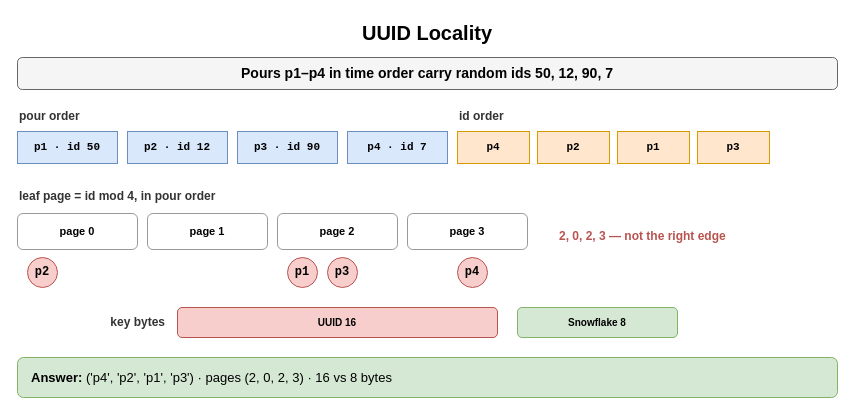
Before: page "UUID Locality" (2 of 8) of content/09_System_Design_Interview/19_Unique_ID_Generation/diagrams/unique-id-drills.drawio in amendez13/swe-study-guide, a draw.io diagram. Source tidied: cells renumbered, new cells numbered last; positions are measured from the earlier drawing's top-left corner, leaving out a move shared by most shapes. Both pictures are drawn from the tidied source at 100%, with x=0, y=0 at pixel (17, 17).
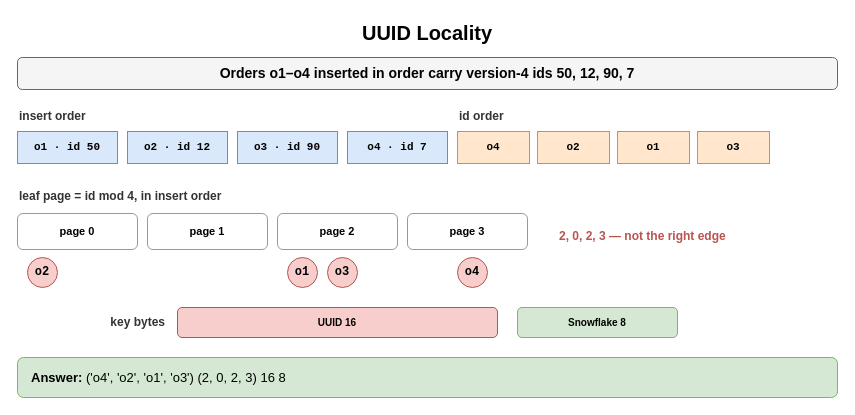
Above is the later version.

Change to the diagram source:
```diff
@@
-    <mxCell id="3" value="Pours p1–p4 in time order carry random ids 50, 12, 90, 7" style="rounded=1;whiteSpace=wrap;html=1;fillColor=#f5f5f5;strokeColor=#666666;fontStyle=1;fontSize=14;" parent="1" vertex="1">
+    <mxCell id="3" value="Orders o1–o4 inserted in order carry version-4 ids 50, 12, 90, 7" style="rounded=1;whiteSpace=wrap;html=1;fillColor=#f5f5f5;strokeColor=#666666;fontStyle=1;fontSize=14;" parent="1" vertex="1">
       <mxGeometry y="40" width="820" height="32" as="geometry" />
     </mxCell>
-    <mxCell id="4" value="pour order" style="text;html=1;whiteSpace=wrap;fontSize=11;align=left;verticalAlign=middle;fontSize=12;fontColor=#333333;fontStyle=1;" parent="1" vertex="1">
+    <mxCell id="4" value="insert order" style="text;html=1;whiteSpace=wrap;fontSize=11;align=left;verticalAlign=middle;fontSize=12;fontColor=#333333;fontStyle=1;" parent="1" vertex="1">
       <mxGeometry y="90" width="300" height="18" as="geometry" />
     </mxCell>
-    <mxCell id="5" value="p1 · id 50" style="rounded=0;whiteSpace=wrap;html=1;fontFamily=Courier New;fontStyle=1;fontSize=13;fillColor=#dae8fc;strokeColor=#6c8ebf;fontSize=11;" parent="1" vertex="1">
+    <mxCell id="5" value="o1 · id 50" style="rounded=0;whiteSpace=wrap;html=1;fontFamily=Courier New;fontStyle=1;fontSize=13;fillColor=#dae8fc;strokeColor=#6c8ebf;fontSize=11;" parent="1" vertex="1">
       <mxGeometry y="114" width="100" height="32" as="geometry" />
     </mxCell>
-    <mxCell id="6" value="p2 · id 12" style="rounded=0;whiteSpace=wrap;html=1;fontFamily=Courier New;fontStyle=1;fontSize=13;fillColor=#dae8fc;strokeColor=#6c8ebf;fontSize=11;" parent="1" vertex="1">
+    <mxCell id="6" value="o2 · id 12" style="rounded=0;whiteSpace=wrap;html=1;fontFamily=Courier New;fontStyle=1;fontSize=13;fillColor=#dae8fc;strokeColor=#6c8ebf;fontSize=11;" parent="1" vertex="1">
       <mxGeometry x="110" y="114" width="100" height="32" as="geometry" />
     </mxCell>
-    <mxCell id="7" value="p3 · id 90" style="rounded=0;whiteSpace=wrap;html=1;fontFamily=Courier New;fontStyle=1;fontSize=13;fillColor=#dae8fc;strokeColor=#6c8ebf;fontSize=11;" parent="1" vertex="1">
+    <mxCell id="7" value="o3 · id 90" style="rounded=0;whiteSpace=wrap;html=1;fontFamily=Courier New;fontStyle=1;fontSize=13;fillColor=#dae8fc;strokeColor=#6c8ebf;fontSize=11;" parent="1" vertex="1">
       <mxGeometry x="220" y="114" width="100" height="32" as="geometry" />
     </mxCell>
-    <mxCell id="8" value="p4 · id 7" style="rounded=0;whiteSpace=wrap;html=1;fontFamily=Courier New;fontStyle=1;fontSize=13;fillColor=#dae8fc;strokeColor=#6c8ebf;fontSize=11;" parent="1" vertex="1">
+    <mxCell id="8" value="o4 · id 7" style="rounded=0;whiteSpace=wrap;html=1;fontFamily=Courier New;fontStyle=1;fontSize=13;fillColor=#dae8fc;strokeColor=#6c8ebf;fontSize=11;" parent="1" vertex="1">
       <mxGeometry x="330" y="114" width="100" height="32" as="geometry" />
     </mxCell>
@@
-    <mxCell id="10" value="p4" style="rounded=0;whiteSpace=wrap;html=1;fontFamily=Courier New;fontStyle=1;fontSize=13;fillColor=#ffe6cc;strokeColor=#d79b00;fontSize=11;" parent="1" vertex="1">
+    <mxCell id="10" value="o4" style="rounded=0;whiteSpace=wrap;html=1;fontFamily=Courier New;fontStyle=1;fontSize=13;fillColor=#ffe6cc;strokeColor=#d79b00;fontSize=11;" parent="1" vertex="1">
       <mxGeometry x="440" y="114" width="72" height="32" as="geometry" />
     </mxCell>
-    <mxCell id="11" value="p2" style="rounded=0;whiteSpace=wrap;html=1;fontFamily=Courier New;fontStyle=1;fontSize=13;fillColor=#ffe6cc;strokeColor=#d79b00;fontSize=11;" parent="1" vertex="1">
+    <mxCell id="11" value="o2" style="rounded=0;whiteSpace=wrap;html=1;fontFamily=Courier New;fontStyle=1;fontSize=13;fillColor=#ffe6cc;strokeColor=#d79b00;fontSize=11;" parent="1" vertex="1">
       <mxGeometry x="520" y="114" width="72" height="32" as="geometry" />
     </mxCell>
-    <mxCell id="12" value="p1" style="rounded=0;whiteSpace=wrap;html=1;fontFamily=Courier New;fontStyle=1;fontSize=13;fillColor=#ffe6cc;strokeColor=#d79b00;fontSize=11;" parent="1" vertex="1">
+    <mxCell id="12" value="o1" style="rounded=0;whiteSpace=wrap;html=1;fontFamily=Courier New;fontStyle=1;fontSize=13;fillColor=#ffe6cc;strokeColor=#d79b00;fontSize=11;" parent="1" vertex="1">
       <mxGeometry x="600" y="114" width="72" height="32" as="geometry" />
     </mxCell>
-    <mxCell id="13" value="p3" style="rounded=0;whiteSpace=wrap;html=1;fontFamily=Courier New;fontStyle=1;fontSize=13;fillColor=#ffe6cc;strokeColor=#d79b00;fontSize=11;" parent="1" vertex="1">
+    <mxCell id="13" value="o3" style="rounded=0;whiteSpace=wrap;html=1;fontFamily=Courier New;fontStyle=1;fontSize=13;fillColor=#ffe6cc;strokeColor=#d79b00;fontSize=11;" parent="1" vertex="1">
       <mxGeometry x="680" y="114" width="72" height="32" as="geometry" />
     </mxCell>
-    <mxCell id="14" value="leaf page = id mod 4, in pour order" style="text;html=1;whiteSpace=wrap;fontSize=11;align=left;verticalAlign=middle;fontSize=12;fontColor=#333333;fontStyle=1;" parent="1" vertex="1">
+    <mxCell id="14" value="leaf page = id mod 4, in insert order" style="text;html=1;whiteSpace=wrap;fontSize=11;align=left;verticalAlign=middle;fontSize=12;fontColor=#333333;fontStyle=1;" parent="1" vertex="1">
       <mxGeometry y="170" width="400" height="18" as="geometry" />
     </mxCell>
@@
-    <mxCell id="19" value="p1" style="ellipse;whiteSpace=wrap;html=1;fontStyle=1;fontSize=12;fontFamily=Courier New;fillColor=#f8cecc;strokeColor=#b85450;" parent="1" vertex="1">
+    <mxCell id="19" value="o1" style="ellipse;whiteSpace=wrap;html=1;fontStyle=1;fontSize=12;fontFamily=Courier New;fillColor=#f8cecc;strokeColor=#b85450;" parent="1" vertex="1">
       <mxGeometry x="270" y="240" width="30" height="30" as="geometry" />
     </mxCell>
-    <mxCell id="20" value="p2" style="ellipse;whiteSpace=wrap;html=1;fontStyle=1;fontSize=12;fontFamily=Courier New;fillColor=#f8cecc;strokeColor=#b85450;" parent="1" vertex="1">
+    <mxCell id="20" value="o2" style="ellipse;whiteSpace=wrap;html=1;fontStyle=1;fontSize=12;fontFamily=Courier New;fillColor=#f8cecc;strokeColor=#b85450;" parent="1" vertex="1">
       <mxGeometry x="10" y="240" width="30" height="30" as="geometry" />
     </mxCell>
-    <mxCell id="21" value="p3" style="ellipse;whiteSpace=wrap;html=1;fontStyle=1;fontSize=12;fontFamily=Courier New;fillColor=#f8cecc;strokeColor=#b85450;" parent="1" vertex="1">
+    <mxCell id="21" value="o3" style="ellipse;whiteSpace=wrap;html=1;fontStyle=1;fontSize=12;fontFamily=Courier New;fillColor=#f8cecc;strokeColor=#b85450;" parent="1" vertex="1">
       <mxGeometry x="310" y="240" width="30" height="30" as="geometry" />
     </mxCell>
-    <mxCell id="22" value="p4" style="ellipse;whiteSpace=wrap;html=1;fontStyle=1;fontSize=12;fontFamily=Courier New;fillColor=#f8cecc;strokeColor=#b85450;" parent="1" vertex="1">
+    <mxCell id="22" value="o4" style="ellipse;whiteSpace=wrap;html=1;fontStyle=1;fontSize=12;fontFamily=Courier New;fillColor=#f8cecc;strokeColor=#b85450;" parent="1" vertex="1">
       <mxGeometry x="440" y="240" width="30" height="30" as="geometry" />
     </mxCell>
@@
-    <mxCell id="27" value="&lt;b&gt;Answer:&lt;/b&gt; ('p4', 'p2', 'p1', 'p3') · pages (2, 0, 2, 3) · 16 vs 8 bytes" style="rounded=1;whiteSpace=wrap;html=1;fillColor=#d5e8d4;strokeColor=#82b366;fontSize=13;align=left;spacingLeft=12;" parent="1" vertex="1">
+    <mxCell id="27" value="&lt;b&gt;Answer:&lt;/b&gt; ('o4', 'o2', 'o1', 'o3') (2, 0, 2, 3) 16 8" style="rounded=1;whiteSpace=wrap;html=1;fillColor=#d5e8d4;strokeColor=#82b366;fontSize=13;align=left;spacingLeft=12;" parent="1" vertex="1">
       <mxGeometry y="340" width="820" height="40" as="geometry" />
     </mxCell>
```
